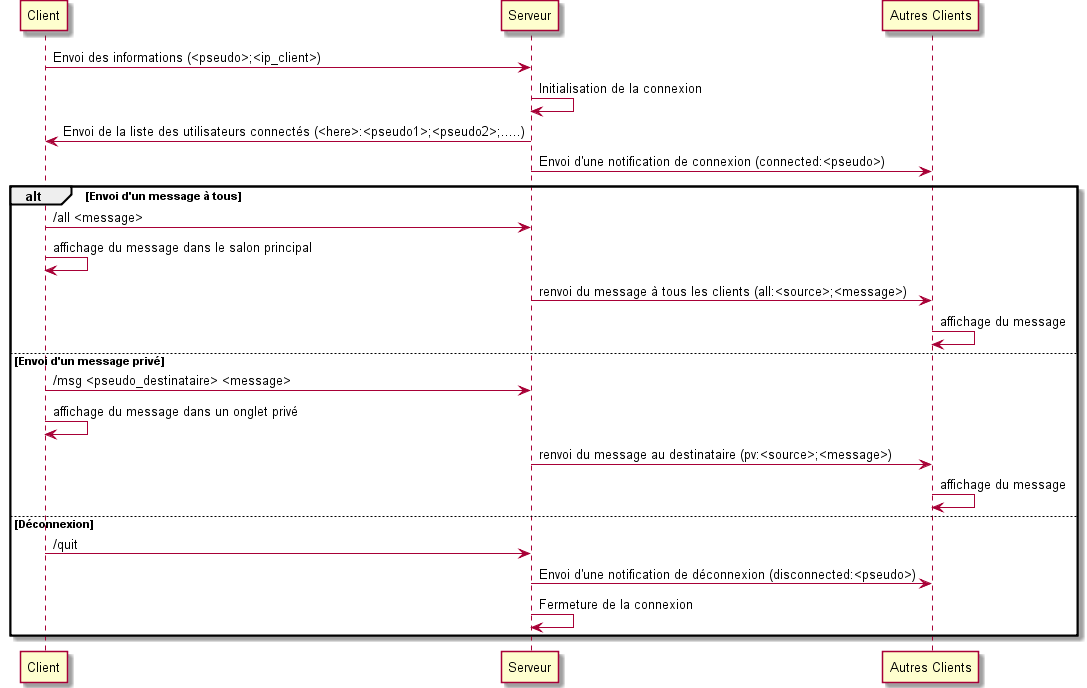
The PlantUML diagram Rapport/img/protocol.png in Ghuillaume/ChatOn, before a commit. The source it was exported from:
```plantuml
@startuml
Client -> Serveur : Envoi des informations (<pseudo>;<ip_client>)
Serveur -> Serveur : Initialisation de la connexion
Serveur -> Client : Envoi de la liste des utilisateurs connectés (<here>:<pseudo1>;<pseudo2>;.....)
Serveur -> "Autres Clients" : Envoi d'une notification de connexion (connected:<pseudo>)

alt Envoi d'un message à tous
    Client -> Serveur : /all <message>
    Client -> Client : affichage du message dans le salon principal
    Serveur -> "Autres Clients" : renvoi du message à tous les clients (all:<source>;<message>)
    "Autres Clients" -> "Autres Clients" : affichage du message

else Envoi d'un message privé
    Client -> Serveur : /msg <pseudo_destinataire> <message>
    Client -> Client : affichage du message dans un onglet privé
    Serveur -> "Autres Clients" : renvoi du message au destinataire (pv:<source>;<message>)
    "Autres Clients" -> "Autres Clients" : affichage du message

else Déconnexion
    Client -> Serveur : /quit
    Serveur -> "Autres Clients" : Envoi d'une notification de déconnexion (disconnected:<pseudo>)
    Serveur -> Serveur : Fermeture de la connexion

end
@enduml
```
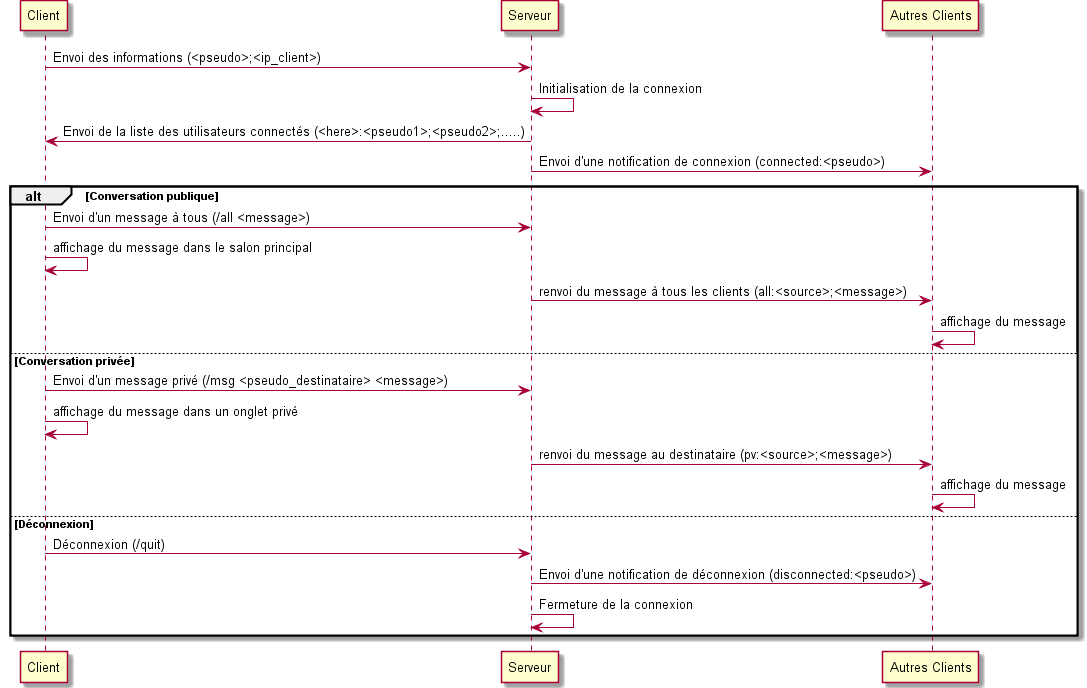
After the change.

Change to the diagram source:
```diff
@@ -4,20 +4,20 @@
 Serveur -> Client : Envoi de la liste des utilisateurs connectés (<here>:<pseudo1>;<pseudo2>;.....)
 Serveur -> "Autres Clients" : Envoi d'une notification de connexion (connected:<pseudo>)
 
-alt Envoi d'un message à tous
-    Client -> Serveur : /all <message>
+alt Conversation publique
+    Client -> Serveur : Envoi d'un message à tous (/all <message>)
     Client -> Client : affichage du message dans le salon principal
     Serveur -> "Autres Clients" : renvoi du message à tous les clients (all:<source>;<message>)
     "Autres Clients" -> "Autres Clients" : affichage du message
 
-else Envoi d'un message privé
-    Client -> Serveur : /msg <pseudo_destinataire> <message>
+else Conversation privée
+    Client -> Serveur : Envoi d'un message privé (/msg <pseudo_destinataire> <message>)
     Client -> Client : affichage du message dans un onglet privé
     Serveur -> "Autres Clients" : renvoi du message au destinataire (pv:<source>;<message>)
     "Autres Clients" -> "Autres Clients" : affichage du message
 
 else Déconnexion
-    Client -> Serveur : /quit
+    Client -> Serveur : Déconnexion (/quit)
     Serveur -> "Autres Clients" : Envoi d'une notification de déconnexion (disconnected:<pseudo>)
     Serveur -> Serveur : Fermeture de la connexion
 
```
